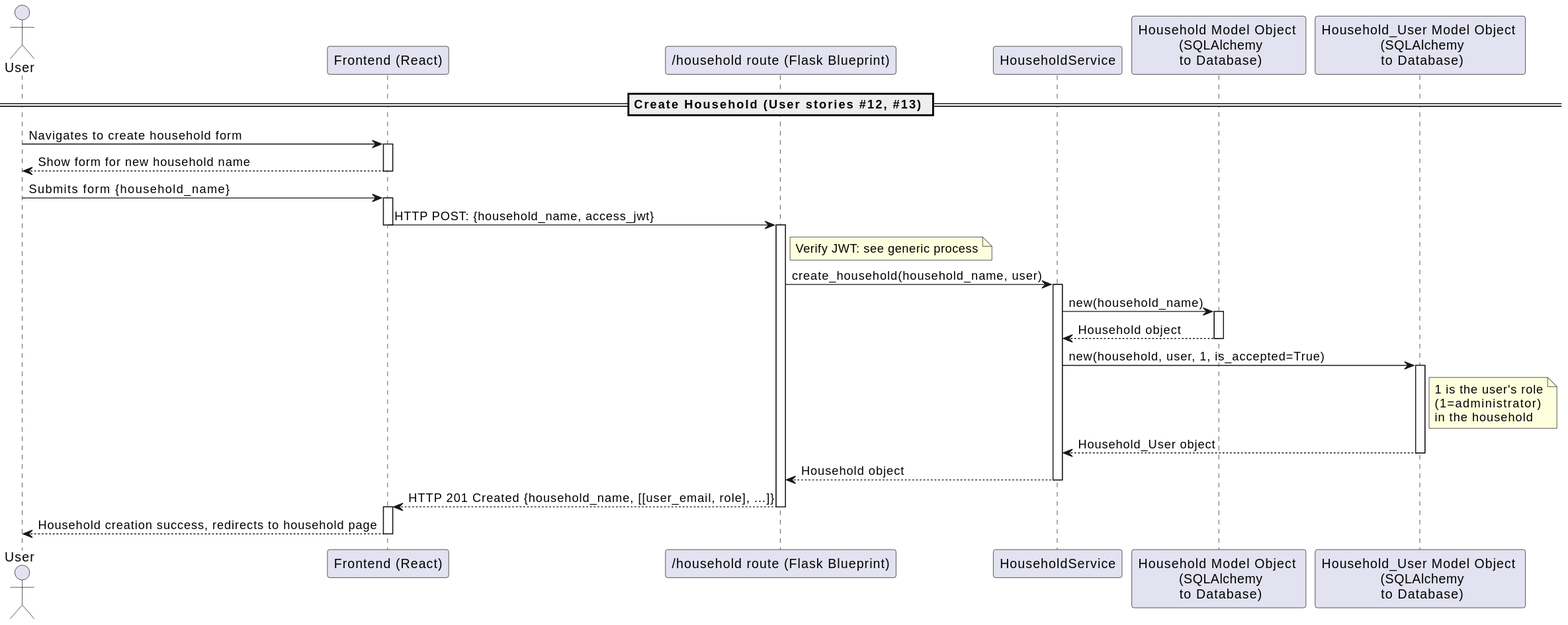
dominikoetiker/TheMentalLoadHub keeps this PlantUML diagram as docs/out/diagrams/uml/sequence/household/CreateHouseholdSequence.svg. Above is the earlier version.
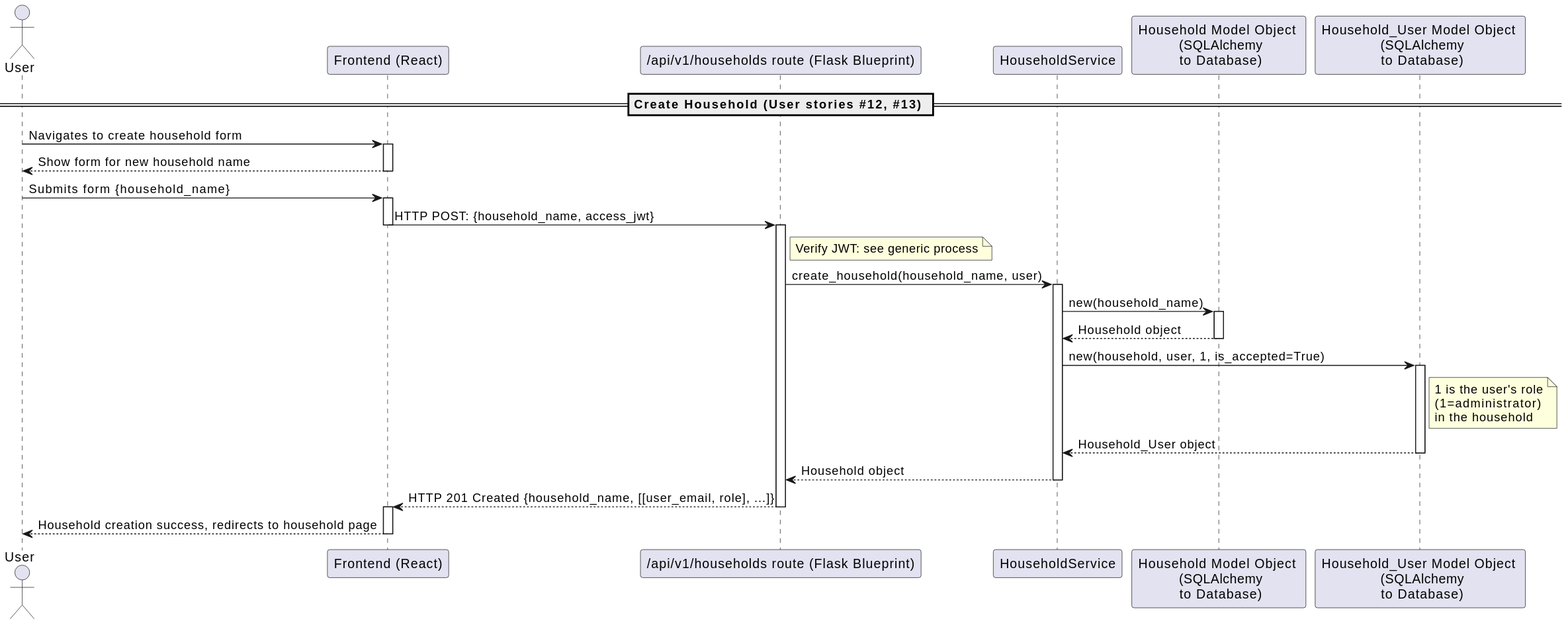
After the commit.

Diff of the diagram source:
```diff
@@ -1,7 +1,7 @@
 @startuml
 actor "User" as User
 participant "Frontend (React)" as FE
-participant "/household route (Flask Blueprint)" as HR
+participant "/api/v1/households route (Flask Blueprint)" as HR
 participant "HouseholdService" as HS
 participant "Household Model Object \n (SQLAlchemy\n to Database)" as HM
 participant "Household_User Model Object \n (SQLAlchemy\n to Database)" as HUM
```
